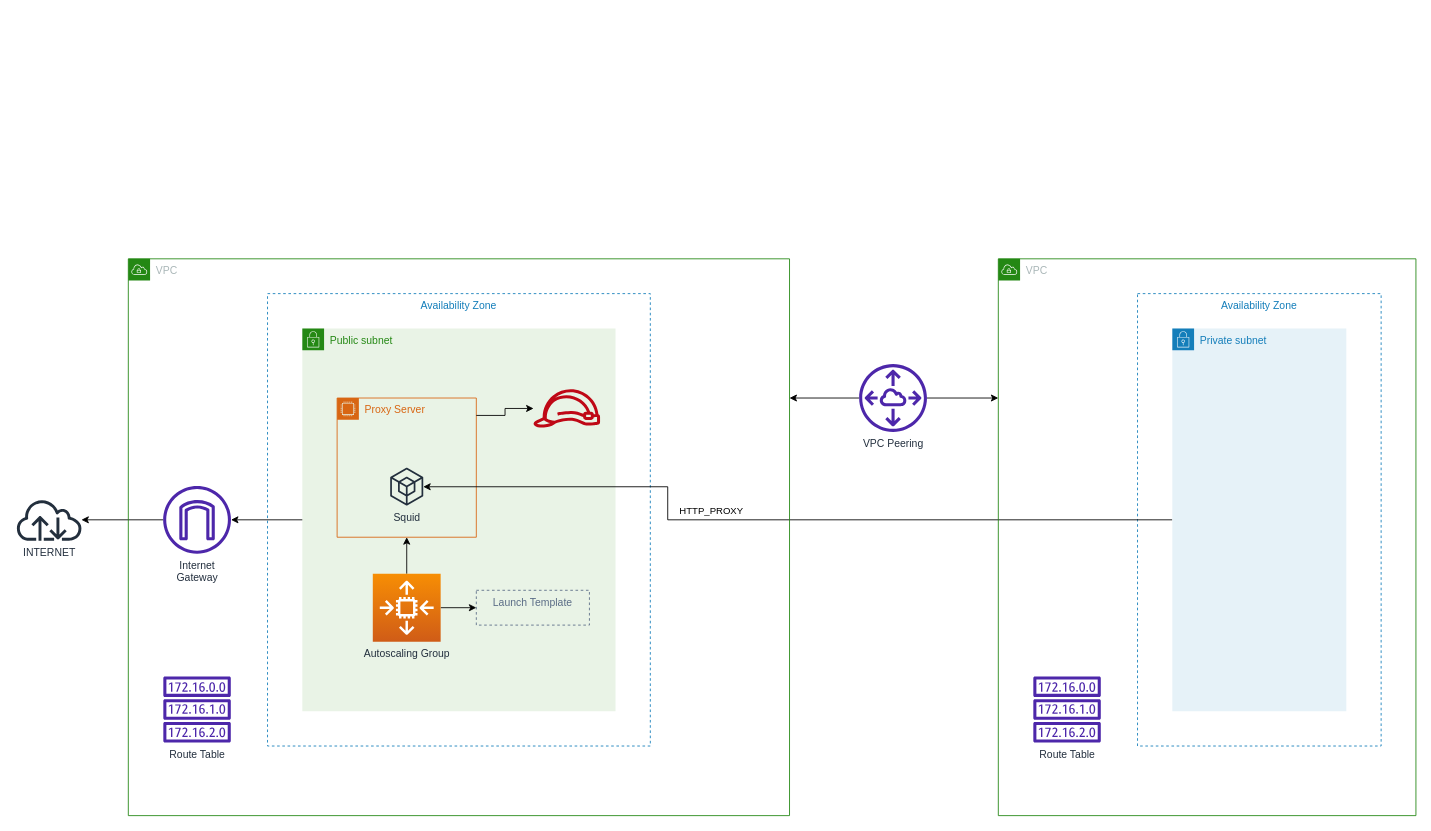
Earlier version of the draw.io diagram page "VPC Design" (5 of 5) of design.drawio (nicc777/exploring-aws-kinesis). Source tidied: cells renumbered, new cells numbered last; positions are measured from the earlier drawing's top-left corner, leaving out a move shared by most shapes. Both pictures are drawn from the tidied source at 87%, with x=0, y=0 at pixel (15, 258).
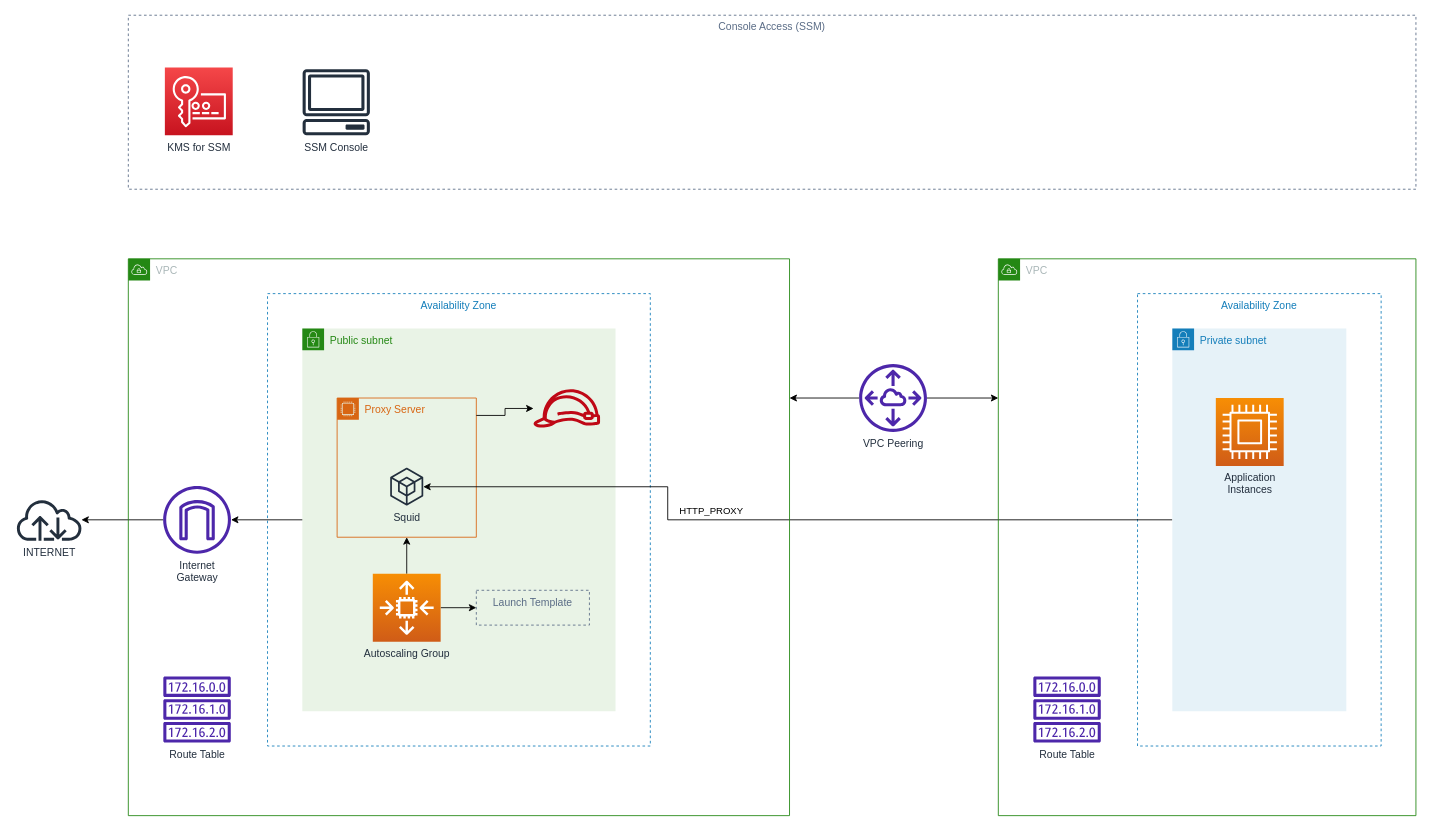
After the change.

Commit message (it also covers changes not shown here):
doc: lab3 - updated diagrams to reflect SSM access for EC2 Instances

The edit, as a diff of the source:
```diff
@@
+    <mxCell id="27" value="KMS for SSM" style="sketch=0;fontColor=#232F3E;gradientColor=#F54749;gradientDirection=north;fillColor=#C7131F;strokeColor=#ffffff;dashed=0;verticalLabelPosition=bottom;verticalAlign=top;align=center;html=1;fontSize=12;fontStyle=0;shape=mxgraph.aws4.resourceIcon;resIcon=mxgraph.aws4.key_management_service;" parent="1" vertex="1">
+      <mxGeometry x="172" y="-220" width="78" height="78" as="geometry" />
+    </mxCell>
+    <mxCell id="28" value="SSM Console" style="sketch=0;fontColor=#232F3E;gradientColor=none;fillColor=#232F3D;strokeColor=none;dashed=0;verticalLabelPosition=bottom;verticalAlign=top;align=center;html=1;fontSize=12;fontStyle=0;shape=mxgraph.aws4.client;" parent="1" vertex="1">
+      <mxGeometry x="330" y="-218" width="78" height="76" as="geometry" />
+    </mxCell>
+    <mxCell id="29" value="Console Access (SSM)" style="fillColor=none;strokeColor=#5A6C86;dashed=1;verticalAlign=top;fontStyle=0;fontColor=#5A6C86;" parent="1" vertex="1">
+      <mxGeometry x="130" y="-280" width="1480" height="200" as="geometry" />
+    </mxCell>
+    <mxCell id="30" value="Application&lt;br&gt;Instances" style="sketch=0;fontColor=#232F3E;gradientColor=#F78E04;gradientDirection=north;fillColor=#D05C17;strokeColor=#ffffff;dashed=0;verticalLabelPosition=bottom;verticalAlign=top;align=center;html=1;fontSize=12;fontStyle=0;shape=mxgraph.aws4.resourceIcon;resIcon=mxgraph.aws4.compute;" parent="1" vertex="1">
+      <mxGeometry x="1380" y="160" width="78" height="78" as="geometry" />
+    </mxCell>
```
